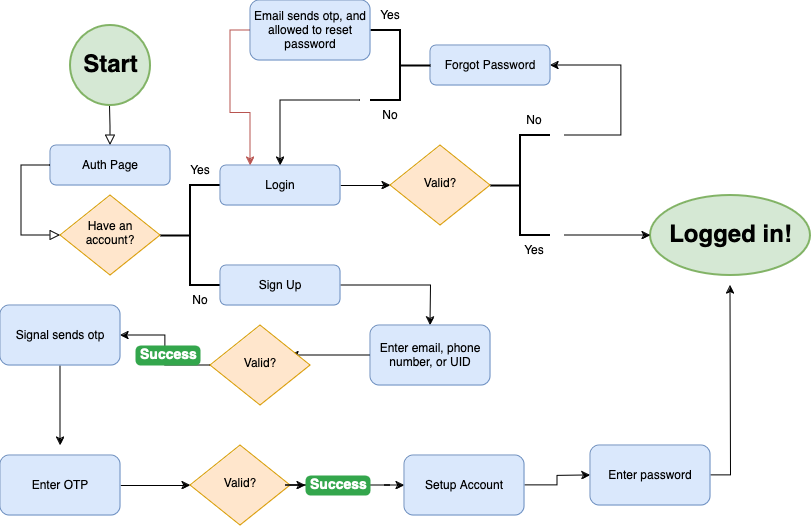
Earlier version of the draw.io export auth.drawio.png (gabekutner/roommatefinder-backend). Source tidied: cells renumbered, new cells last; positions are measured from the earlier drawing's top-left corner, leaving out a move shared by most shapes.
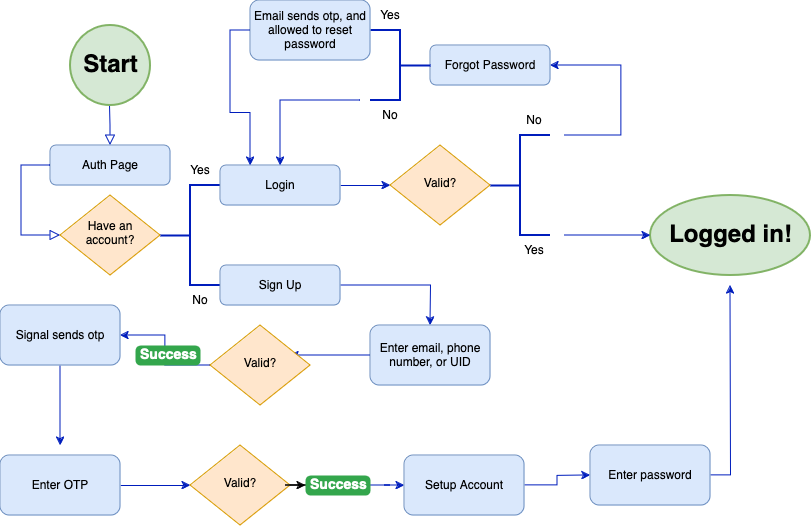
The same diagram one commit later.

The edit, as a diff of the source:
```diff
@@ -2,7 +2,7 @@
   <root>
     <mxCell id="0" />
     <mxCell id="1" parent="0" />
-    <mxCell id="2" style="edgeStyle=orthogonalEdgeStyle;rounded=0;html=1;jettySize=auto;orthogonalLoop=1;fontSize=11;endArrow=block;endFill=0;endSize=8;strokeWidth=1;shadow=0;labelBackgroundColor=none;exitX=0.5;exitY=1;exitDx=0;exitDy=0;" parent="1" edge="1">
+    <mxCell id="2" style="edgeStyle=orthogonalEdgeStyle;rounded=0;html=1;jettySize=auto;orthogonalLoop=1;fontSize=11;endArrow=block;endFill=0;endSize=8;strokeWidth=1;shadow=0;labelBackgroundColor=none;exitX=0.5;exitY=1;exitDx=0;exitDy=0;fillColor=#0050ef;strokeColor=#001DBC;" parent="1" edge="1">
       <mxGeometry x="-0.32" y="7" relative="1" as="geometry">
         <mxPoint x="109.5" y="105" as="sourcePoint" />
         <mxPoint x="110" y="145" as="targetPoint" />
@@ -17,7 +17,7 @@
     <mxCell id="5" value="Auth Page" style="rounded=1;whiteSpace=wrap;html=1;fontSize=12;glass=0;strokeWidth=1;shadow=0;fillColor=#dae8fc;strokeColor=#6c8ebf;" parent="1" vertex="1">
       <mxGeometry x="50" y="145" width="120" height="40" as="geometry" />
     </mxCell>
-    <mxCell id="6" style="edgeStyle=orthogonalEdgeStyle;rounded=0;html=1;jettySize=auto;fontSize=11;endArrow=block;endFill=0;endSize=8;strokeWidth=1;shadow=0;labelBackgroundColor=none;exitX=0;exitY=0.5;exitDx=0;exitDy=0;entryX=0;entryY=0.5;entryDx=0;entryDy=0;" parent="1" edge="1" source="5" target="7">
+    <mxCell id="6" style="edgeStyle=orthogonalEdgeStyle;rounded=0;html=1;jettySize=auto;fontSize=11;endArrow=block;endFill=0;endSize=8;strokeWidth=1;shadow=0;labelBackgroundColor=none;exitX=0;exitY=0.5;exitDx=0;exitDy=0;entryX=0;entryY=0.5;entryDx=0;entryDy=0;fillColor=#0050ef;strokeColor=#001DBC;" parent="1" edge="1" source="5" target="7">
       <mxGeometry x="-0.32" y="7" relative="1" as="geometry">
         <Array as="points">
           <mxPoint x="21" y="165" />
@@ -28,7 +28,7 @@
     <mxCell id="7" value="Have an account?" style="rhombus;whiteSpace=wrap;html=1;shadow=0;fontFamily=Helvetica;fontSize=12;align=center;strokeWidth=1;spacing=6;spacingTop=-4;fillColor=#ffe6cc;strokeColor=#d79b00;" parent="1" vertex="1">
       <mxGeometry x="60" y="195" width="100" height="80" as="geometry" />
     </mxCell>
-    <mxCell id="8" style="strokeWidth=2;html=1;shape=mxgraph.flowchart.annotation_2;align=left;labelPosition=right;" parent="1" vertex="1">
+    <mxCell id="8" style="strokeWidth=2;html=1;shape=mxgraph.flowchart.annotation_2;align=left;labelPosition=right;fillColor=#0050ef;fontColor=#ffffff;strokeColor=#001DBC;" parent="1" vertex="1">
       <mxGeometry x="160" y="185" width="60" height="100" as="geometry" />
     </mxCell>
     <mxCell id="9" value="Yes" style="text;html=1;align=center;verticalAlign=middle;whiteSpace=wrap;rounded=0;" parent="1" vertex="1">
@@ -37,7 +37,7 @@
     <mxCell id="10" value="No" style="text;html=1;align=center;verticalAlign=middle;whiteSpace=wrap;rounded=0;" parent="1" vertex="1">
       <mxGeometry x="170" y="285" width="60" height="30" as="geometry" />
     </mxCell>
-    <mxCell id="11" style="edgeStyle=orthogonalEdgeStyle;rounded=0;jettySize=auto;html=1;exitX=1;exitY=0.5;exitDx=0;exitDy=0;" parent="1" edge="1" source="12">
+    <mxCell id="11" style="edgeStyle=orthogonalEdgeStyle;rounded=0;jettySize=auto;html=1;exitX=1;exitY=0.5;exitDx=0;exitDy=0;fillColor=#0050ef;strokeColor=#001DBC;" parent="1" edge="1" source="12">
       <mxGeometry relative="1" as="geometry">
         <mxPoint x="430" y="325" as="targetPoint" />
       </mxGeometry>
@@ -45,7 +45,7 @@
     <mxCell id="12" value="Sign Up" style="rounded=1;whiteSpace=wrap;html=1;fontSize=12;glass=0;strokeWidth=1;shadow=0;fillColor=#dae8fc;strokeColor=#6c8ebf;" parent="1" vertex="1">
       <mxGeometry x="220" y="265" width="120" height="40" as="geometry" />
     </mxCell>
-    <mxCell id="13" style="edgeStyle=orthogonalEdgeStyle;rounded=0;jettySize=auto;html=1;exitX=1;exitY=0.5;exitDx=0;exitDy=0;entryX=0;entryY=0.5;entryDx=0;entryDy=0;" parent="1" edge="1" source="14" target="15">
+    <mxCell id="13" style="edgeStyle=orthogonalEdgeStyle;rounded=0;jettySize=auto;html=1;exitX=1;exitY=0.5;exitDx=0;exitDy=0;entryX=0;entryY=0.5;entryDx=0;entryDy=0;fillColor=#0050ef;strokeColor=#001DBC;" parent="1" edge="1" source="14" target="15">
       <mxGeometry relative="1" as="geometry" />
     </mxCell>
     <mxCell id="14" value="Login" style="rounded=1;whiteSpace=wrap;html=1;fontSize=12;glass=0;strokeWidth=1;shadow=0;fillColor=#dae8fc;strokeColor=#6c8ebf;" parent="1" vertex="1">
@@ -54,13 +54,13 @@
     <mxCell id="15" value="Valid?" style="rhombus;whiteSpace=wrap;html=1;shadow=0;fontFamily=Helvetica;fontSize=12;align=center;strokeWidth=1;spacing=6;spacingTop=-4;fillColor=#ffe6cc;strokeColor=#d79b00;" parent="1" vertex="1">
       <mxGeometry x="390" y="145" width="100" height="80" as="geometry" />
     </mxCell>
-    <mxCell id="16" style="strokeWidth=2;html=1;shape=mxgraph.flowchart.annotation_2;align=left;labelPosition=right;" parent="1" vertex="1">
+    <mxCell id="16" style="strokeWidth=2;html=1;shape=mxgraph.flowchart.annotation_2;align=left;labelPosition=right;fillColor=#0050ef;fontColor=#ffffff;strokeColor=#001DBC;" parent="1" vertex="1">
       <mxGeometry x="490" y="135" width="60" height="100" as="geometry" />
     </mxCell>
     <mxCell id="17" value="Yes" style="text;html=1;align=center;verticalAlign=middle;whiteSpace=wrap;rounded=0;" parent="1" vertex="1">
       <mxGeometry x="504" y="235" width="60" height="30" as="geometry" />
     </mxCell>
-    <mxCell id="18" style="edgeStyle=orthogonalEdgeStyle;rounded=0;jettySize=auto;html=1;exitX=1;exitY=1;exitDx=0;exitDy=0;" parent="1" edge="1" source="19">
+    <mxCell id="18" style="edgeStyle=orthogonalEdgeStyle;rounded=0;jettySize=auto;html=1;exitX=1;exitY=1;exitDx=0;exitDy=0;fillColor=#0050ef;strokeColor=#001DBC;" parent="1" edge="1" source="19">
       <mxGeometry relative="1" as="geometry">
         <mxPoint x="550" y="65" as="targetPoint" />
         <Array as="points">
@@ -74,10 +74,10 @@
     <mxCell id="20" value="Forgot Password" style="rounded=1;whiteSpace=wrap;html=1;fontSize=12;glass=0;strokeWidth=1;shadow=0;fillColor=#dae8fc;strokeColor=#6c8ebf;" parent="1" vertex="1">
       <mxGeometry x="430" y="45" width="120" height="40" as="geometry" />
     </mxCell>
-    <mxCell id="21" style="strokeWidth=2;html=1;shape=mxgraph.flowchart.annotation_2;align=left;labelPosition=right;direction=west;" parent="1" vertex="1">
+    <mxCell id="21" style="strokeWidth=2;html=1;shape=mxgraph.flowchart.annotation_2;align=left;labelPosition=right;direction=west;fillColor=#0050ef;fontColor=#ffffff;strokeColor=#001DBC;" parent="1" vertex="1">
       <mxGeometry x="370" y="30" width="60" height="70" as="geometry" />
     </mxCell>
-    <mxCell id="22" style="edgeStyle=orthogonalEdgeStyle;rounded=0;jettySize=auto;html=1;exitX=0;exitY=0;exitDx=0;exitDy=0;entryX=0.5;entryY=0;entryDx=0;entryDy=0;" parent="1" edge="1" source="23" target="14">
+    <mxCell id="22" style="edgeStyle=orthogonalEdgeStyle;rounded=0;jettySize=auto;html=1;exitX=0;exitY=0;exitDx=0;exitDy=0;entryX=0.5;entryY=0;entryDx=0;entryDy=0;fillColor=#0050ef;strokeColor=#001DBC;" parent="1" edge="1" source="23" target="14">
       <mxGeometry relative="1" as="geometry">
         <Array as="points">
           <mxPoint x="280" y="100" />
@@ -96,7 +96,7 @@
     <mxCell id="26" value="Logged in!" style="text;strokeColor=none;fillColor=none;html=1;fontSize=24;fontStyle=1;verticalAlign=middle;align=center;" parent="1" vertex="1">
       <mxGeometry x="680" y="215" width="100" height="40" as="geometry" />
     </mxCell>
-    <mxCell id="27" style="edgeStyle=orthogonalEdgeStyle;rounded=0;jettySize=auto;html=1;exitX=1;exitY=0;exitDx=0;exitDy=0;entryX=0;entryY=0.5;entryDx=0;entryDy=0;entryPerimeter=0;" parent="1" edge="1" source="17" target="25">
+    <mxCell id="27" style="edgeStyle=orthogonalEdgeStyle;rounded=0;jettySize=auto;html=1;exitX=1;exitY=0;exitDx=0;exitDy=0;entryX=0;entryY=0.5;entryDx=0;entryDy=0;entryPerimeter=0;fillColor=#0050ef;strokeColor=#001DBC;" parent="1" edge="1" source="17" target="25">
       <mxGeometry relative="1" as="geometry">
         <Array as="points">
           <mxPoint x="590" y="235" />
@@ -104,7 +104,7 @@
         </Array>
       </mxGeometry>
     </mxCell>
-    <mxCell id="28" style="edgeStyle=orthogonalEdgeStyle;rounded=0;jettySize=auto;html=1;" parent="1" edge="1" source="29">
+    <mxCell id="28" style="edgeStyle=orthogonalEdgeStyle;rounded=0;jettySize=auto;html=1;fillColor=#0050ef;strokeColor=#001DBC;" parent="1" edge="1" source="29">
       <mxGeometry relative="1" as="geometry">
         <mxPoint x="290" y="355" as="targetPoint" />
       </mxGeometry>
@@ -112,13 +112,13 @@
     <mxCell id="29" value="Enter email, phone number, or UID" style="rounded=1;whiteSpace=wrap;html=1;fontSize=12;glass=0;strokeWidth=1;shadow=0;fillColor=#dae8fc;strokeColor=#6c8ebf;" parent="1" vertex="1">
       <mxGeometry x="370" y="325" width="120" height="60" as="geometry" />
     </mxCell>
-    <mxCell id="30" style="edgeStyle=orthogonalEdgeStyle;rounded=0;jettySize=auto;html=1;exitX=0;exitY=0.5;exitDx=0;exitDy=0;entryX=1;entryY=0.5;entryDx=0;entryDy=0;" parent="1" edge="1" source="31" target="33">
+    <mxCell id="30" style="edgeStyle=orthogonalEdgeStyle;rounded=0;jettySize=auto;html=1;exitX=0;exitY=0.5;exitDx=0;exitDy=0;entryX=1;entryY=0.5;entryDx=0;entryDy=0;fillColor=#0050ef;strokeColor=#001DBC;" parent="1" edge="1" source="31" target="33">
       <mxGeometry relative="1" as="geometry" />
     </mxCell>
     <mxCell id="31" value="Valid?" style="rhombus;whiteSpace=wrap;html=1;shadow=0;fontFamily=Helvetica;fontSize=12;align=center;strokeWidth=1;spacing=6;spacingTop=-4;fillColor=#ffe6cc;strokeColor=#d79b00;" parent="1" vertex="1">
       <mxGeometry x="210" y="325" width="100" height="80" as="geometry" />
     </mxCell>
-    <mxCell id="32" style="edgeStyle=orthogonalEdgeStyle;rounded=0;jettySize=auto;html=1;" parent="1" edge="1" source="33">
+    <mxCell id="32" style="edgeStyle=orthogonalEdgeStyle;rounded=0;jettySize=auto;html=1;fillColor=#0050ef;strokeColor=#001DBC;" parent="1" edge="1" source="33">
       <mxGeometry relative="1" as="geometry">
         <mxPoint x="60" y="445" as="targetPoint" />
       </mxGeometry>
@@ -126,19 +126,19 @@
     <mxCell id="33" value="Signal sends otp" style="rounded=1;whiteSpace=wrap;html=1;fontSize=12;glass=0;strokeWidth=1;shadow=0;fillColor=#dae8fc;strokeColor=#6c8ebf;" parent="1" vertex="1">
       <mxGeometry y="305" width="120" height="60" as="geometry" />
     </mxCell>
-    <mxCell id="34" style="edgeStyle=orthogonalEdgeStyle;rounded=0;jettySize=auto;html=1;exitX=1;exitY=0.5;exitDx=0;exitDy=0;entryX=0;entryY=0.5;entryDx=0;entryDy=0;" parent="1" edge="1" source="35" target="37">
+    <mxCell id="34" style="edgeStyle=orthogonalEdgeStyle;rounded=0;jettySize=auto;html=1;exitX=1;exitY=0.5;exitDx=0;exitDy=0;entryX=0;entryY=0.5;entryDx=0;entryDy=0;fillColor=#0050ef;strokeColor=#001DBC;" parent="1" edge="1" source="35" target="37">
       <mxGeometry relative="1" as="geometry" />
     </mxCell>
     <mxCell id="35" value="Enter OTP" style="rounded=1;whiteSpace=wrap;html=1;fontSize=12;glass=0;strokeWidth=1;shadow=0;fillColor=#dae8fc;strokeColor=#6c8ebf;" parent="1" vertex="1">
       <mxGeometry y="455" width="120" height="60" as="geometry" />
     </mxCell>
-    <mxCell id="36" style="edgeStyle=orthogonalEdgeStyle;rounded=0;jettySize=auto;html=1;entryX=0;entryY=0.5;entryDx=0;entryDy=0;" parent="1" edge="1" source="44" target="39">
+    <mxCell id="36" style="edgeStyle=orthogonalEdgeStyle;rounded=0;jettySize=auto;html=1;entryX=0;entryY=0.5;entryDx=0;entryDy=0;fillColor=#0050ef;strokeColor=#001DBC;" parent="1" edge="1" source="44" target="39">
       <mxGeometry relative="1" as="geometry" />
     </mxCell>
     <mxCell id="37" value="Valid?" style="rhombus;whiteSpace=wrap;html=1;shadow=0;fontFamily=Helvetica;fontSize=12;align=center;strokeWidth=1;spacing=6;spacingTop=-4;fillColor=#ffe6cc;strokeColor=#d79b00;" parent="1" vertex="1">
       <mxGeometry x="190" y="445" width="100" height="80" as="geometry" />
     </mxCell>
-    <mxCell id="38" style="edgeStyle=orthogonalEdgeStyle;rounded=0;jettySize=auto;html=1;" parent="1" edge="1" source="39">
+    <mxCell id="38" style="edgeStyle=orthogonalEdgeStyle;rounded=0;jettySize=auto;html=1;fillColor=#0050ef;strokeColor=#001DBC;" parent="1" edge="1" source="39">
       <mxGeometry relative="1" as="geometry">
         <mxPoint x="590" y="475" as="targetPoint" />
       </mxGeometry>
@@ -146,7 +146,7 @@
     <mxCell id="39" value="Setup Account" style="rounded=1;whiteSpace=wrap;html=1;fontSize=12;glass=0;strokeWidth=1;shadow=0;fillColor=#dae8fc;strokeColor=#6c8ebf;" parent="1" vertex="1">
       <mxGeometry x="404" y="455" width="120" height="60" as="geometry" />
     </mxCell>
-    <mxCell id="40" style="edgeStyle=orthogonalEdgeStyle;rounded=0;jettySize=auto;html=1;" parent="1" edge="1" source="41">
+    <mxCell id="40" style="edgeStyle=orthogonalEdgeStyle;rounded=0;jettySize=auto;html=1;fillColor=#0050ef;strokeColor=#001DBC;" parent="1" edge="1" source="41">
       <mxGeometry relative="1" as="geometry">
         <mxPoint x="730" y="285" as="targetPoint" />
       </mxGeometry>
@@ -163,7 +163,7 @@
     <mxCell id="44" value="Success" style="html=1;shadow=0;dashed=0;shape=mxgraph.bootstrap.rrect;rSize=5;strokeColor=none;strokeWidth=1;fillColor=#33A64C;fontColor=#FFFFFF;whiteSpace=wrap;align=left;verticalAlign=middle;spacingLeft=0;fontStyle=1;fontSize=14;spacing=5;" parent="1" vertex="1">
       <mxGeometry x="305" y="475" width="65" height="20" as="geometry" />
     </mxCell>
-    <mxCell id="45" style="edgeStyle=orthogonalEdgeStyle;rounded=0;jettySize=auto;html=1;exitX=0;exitY=0.5;exitDx=0;exitDy=0;entryX=0.25;entryY=0;entryDx=0;entryDy=0;fillColor=#f8cecc;strokeColor=#b85450;" parent="1" edge="1" source="46" target="14">
+    <mxCell id="45" style="edgeStyle=orthogonalEdgeStyle;rounded=0;jettySize=auto;html=1;exitX=0;exitY=0.5;exitDx=0;exitDy=0;entryX=0.25;entryY=0;entryDx=0;entryDy=0;fillColor=#0050ef;strokeColor=#001DBC;" parent="1" edge="1" source="46" target="14">
       <mxGeometry relative="1" as="geometry" />
     </mxCell>
     <mxCell id="46" value="Email sends otp, and allowed to reset password" style="rounded=1;whiteSpace=wrap;html=1;fontSize=12;glass=0;strokeWidth=1;shadow=0;fillColor=#dae8fc;strokeColor=#6c8ebf;" parent="1" vertex="1">
```
